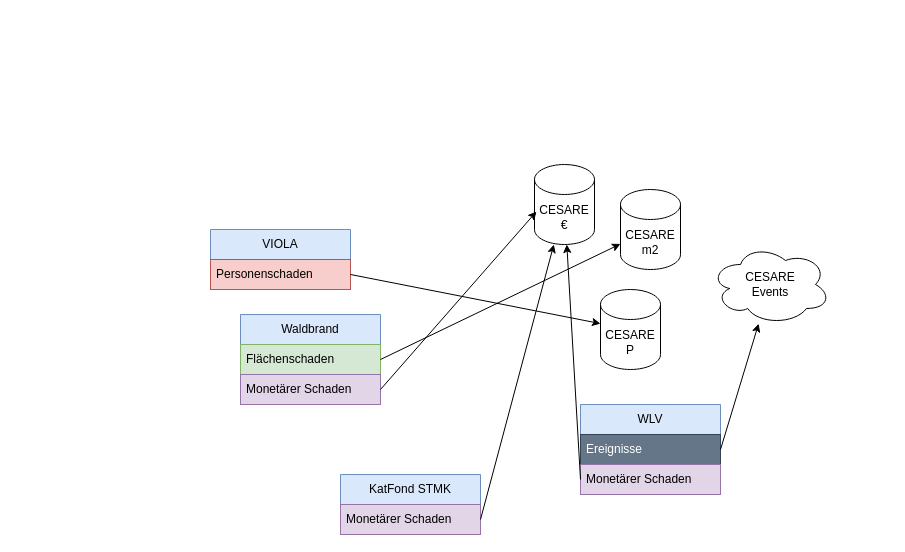
Above: Unbenanntes Diagramm.drawio in thomini/cesare_data_flow (draw.io), before the change. Source tidied: cells renumbered, new cells numbered last; positions are measured from the earlier drawing's top-left corner, leaving out a move shared by most shapes. Both pictures are drawn from the tidied source at 100%, with x=0, y=0 at pixel (210, 164).
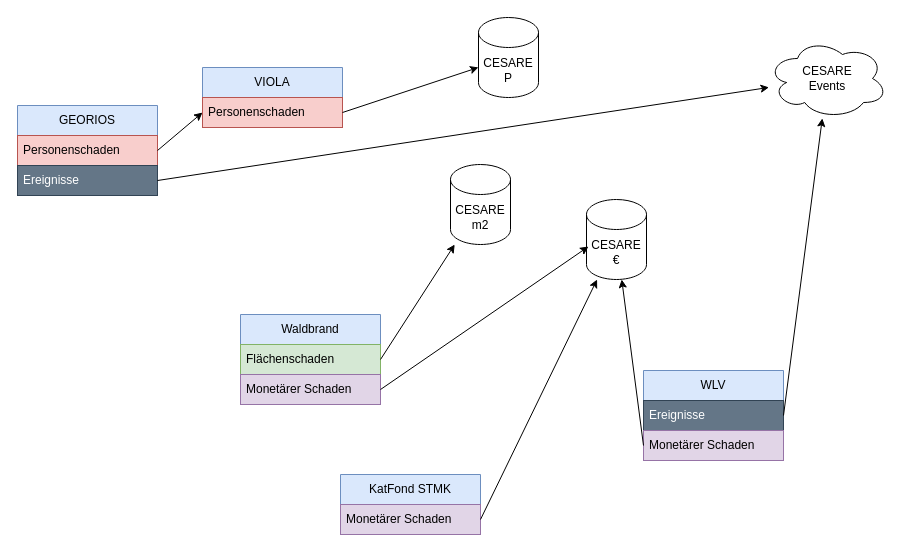
The same page after the edit.

Commit message:
DEV: add GEORIOS

The change refers to these unchanged cells:
```xml
<mxCell id="3" value="Personenschaden" style="text;strokeColor=#b85450;fillColor=#f8cecc;align=left;verticalAlign=middle;spacingLeft=4;spacingRight=4;overflow=hidden;points=[[0,0.5],[1,0.5]];portConstraint=eastwest;whiteSpace=wrap;html=1;" parent="2" vertex="1">
  <mxGeometry y="30" width="140" height="30" as="geometry" />
</mxCell>
```

What changed in the source:
```diff
@@
     <mxCell id="2" value="VIOLA" style="swimlane;fontStyle=0;horizontal=1;startSize=30;whiteSpace=wrap;html=1;fillColor=#dae8fc;strokeColor=#6c8ebf;" parent="1" vertex="1">
-      <mxGeometry y="65" width="140" height="60" as="geometry" />
+      <mxGeometry x="-8" y="-97" width="140" height="60" as="geometry" />
     </mxCell>
@@
     <mxCell id="7" value="CESARE&lt;div&gt;€&lt;/div&gt;" style="shape=cylinder3;whiteSpace=wrap;html=1;boundedLbl=1;backgroundOutline=1;size=15;" parent="1" vertex="1">
-      <mxGeometry x="324" width="60" height="80" as="geometry" />
+      <mxGeometry x="376" y="35" width="60" height="80" as="geometry" />
     </mxCell>
     <mxCell id="8" value="CESARE&lt;div&gt;P&lt;/div&gt;" style="shape=cylinder3;whiteSpace=wrap;html=1;boundedLbl=1;backgroundOutline=1;size=15;" parent="1" vertex="1">
-      <mxGeometry x="390" y="125" width="60" height="80" as="geometry" />
+      <mxGeometry x="268" y="-147" width="60" height="80" as="geometry" />
     </mxCell>
     <mxCell id="9" value="CESARE&lt;div&gt;m2&lt;/div&gt;" style="shape=cylinder3;whiteSpace=wrap;html=1;boundedLbl=1;backgroundOutline=1;size=15;" parent="1" vertex="1">
-      <mxGeometry x="410" y="25" width="60" height="80" as="geometry" />
+      <mxGeometry x="240" width="60" height="80" as="geometry" />
     </mxCell>
@@
     <mxCell id="12" value="WLV" style="swimlane;fontStyle=0;horizontal=1;startSize=30;whiteSpace=wrap;html=1;fillColor=#dae8fc;strokeColor=#6c8ebf;" parent="1" vertex="1">
-      <mxGeometry x="370" y="240" width="140" height="90" as="geometry" />
+      <mxGeometry x="433" y="206" width="140" height="90" as="geometry" />
     </mxCell>
@@
     <mxCell id="19" value="CESARE&lt;div&gt;Events&lt;/div&gt;" style="ellipse;shape=cloud;whiteSpace=wrap;html=1;" parent="1" vertex="1">
-      <mxGeometry x="500" y="80" width="120" height="80" as="geometry" />
+      <mxGeometry x="557" y="-126" width="120" height="80" as="geometry" />
     </mxCell>
@@
+    <mxCell id="22" value="GEORIOS" style="swimlane;fontStyle=0;horizontal=1;startSize=30;whiteSpace=wrap;html=1;fillColor=#dae8fc;strokeColor=#6c8ebf;" parent="1" vertex="1">
+      <mxGeometry x="-193" y="-59" width="140" height="90" as="geometry" />
+    </mxCell>
+    <mxCell id="23" value="Personenschaden" style="text;strokeColor=#b85450;fillColor=#f8cecc;align=left;verticalAlign=middle;spacingLeft=4;spacingRight=4;overflow=hidden;whiteSpace=wrap;html=1;" parent="22" vertex="1">
+      <mxGeometry y="30" width="140" height="30" as="geometry" />
+    </mxCell>
+    <mxCell id="24" value="Ereignisse" style="text;strokeColor=#314354;fillColor=#647687;align=left;verticalAlign=middle;spacingLeft=4;spacingRight=4;overflow=hidden;points=[[0,0.5],[1,0.5]];portConstraint=eastwest;whiteSpace=wrap;html=1;fontColor=#ffffff;" parent="22" vertex="1">
+      <mxGeometry y="60" width="140" height="30" as="geometry" />
+    </mxCell>
+    <mxCell id="25" style="endArrow=classic;html=1;rounded=0;exitX=1;exitY=0.5;exitDx=0;exitDy=0;entryX=0;entryY=0.5;entryDx=0;entryDy=0;" parent="1" edge="1" source="22" target="3">
+      <mxGeometry relative="1" as="geometry" />
+    </mxCell>
+    <mxCell id="26" style="endArrow=classic;html=1;rounded=0;exitX=1;exitY=0.5;exitDx=0;exitDy=0;" parent="1" edge="1" source="24" target="19">
+      <mxGeometry relative="1" as="geometry" />
+    </mxCell>
```
